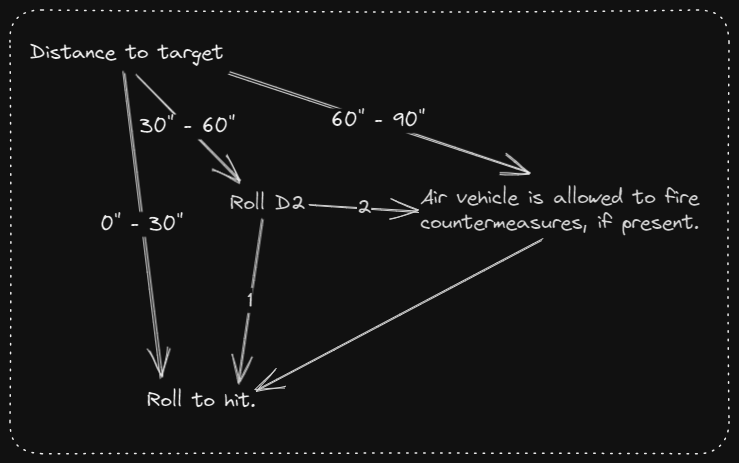
christsven/H.E.A.T keeps this Excalidraw diagram as ruleset/ressources/manpads-flowchart.excalidraw.png. Above is the earlier version. Source tidied: one line per element, renumbered; positions are measured from the earlier drawing's top-left corner, leaving out a move shared by most shapes. Source of this version:
```json
{"id": 0, "type": "text", "text": "Distance to target", "strokeColor": "#000000", "strokeWidth": 1, "roughness": 1, "fontSize": 20, "fontFamily": 1, "x": 20, "y": 30, "width": 194, "height": 25}
{"id": 1, "type": "arrow", "strokeColor": "#000000", "strokeWidth": 1, "roughness": 1, "endArrowhead": "arrow", "round": true, "from": 0, "to": 6, "x": 113, "y": 61, "width": 38, "height": 306, "points": [[0, 0], [38, 306]]}
{"id": 2, "type": "text", "text": "0\" - 30\"", "strokeColor": "#000000", "strokeWidth": 1, "roughness": 1, "fontSize": 20, "fontFamily": 1, "textAlign": "center", "verticalAlign": "middle", "inside": 1, "x": 247, "y": 152, "width": 82, "height": 25}
{"id": 3, "type": "arrow", "strokeColor": "#000000", "strokeWidth": 1, "roughness": 1, "endArrowhead": "arrow", "round": true, "from": 0, "to": 10, "x": 126, "y": 64, "width": 103, "height": 105, "points": [[0, 0], [103, 105]]}
{"id": 4, "type": "text", "text": "30\" - 60\"", "strokeColor": "#000000", "strokeWidth": 1, "roughness": 1, "fontSize": 20, "fontFamily": 1, "textAlign": "center", "verticalAlign": "middle", "inside": 3, "x": 347, "y": 158, "width": 95, "height": 25}
{"id": 5, "type": "rectangle", "strokeColor": "#000000", "strokeWidth": 1, "strokeStyle": "dotted", "roughness": 1, "round": true, "x": 0, "y": 0, "width": 719, "height": 444}
{"id": 6, "type": "text", "text": "Roll to hit.", "strokeColor": "#000000", "strokeWidth": 1, "roughness": 1, "fontSize": 20, "fontFamily": 1, "x": 137, "y": 378, "width": 109, "height": 25}
{"id": 7, "type": "arrow", "strokeColor": "#000000", "strokeWidth": 1, "roughness": 1, "endArrowhead": "arrow", "round": true, "from": 0, "to": 9, "x": 218, "y": 61, "width": 299, "height": 99, "points": [[0, 0], [299, 99]]}
{"id": 8, "type": "text", "text": "60\" - 90\"", "strokeColor": "#000000", "strokeWidth": 1, "roughness": 1, "fontSize": 20, "fontFamily": 1, "textAlign": "center", "verticalAlign": "middle", "inside": 7, "x": 603, "y": 169, "width": 94, "height": 25}
{"id": 9, "type": "text", "text": "Air vehicle is allowed to fire \ncountermeasures, if present.", "strokeColor": "#1e1e1e", "strokeWidth": 1, "roughness": 1, "fontSize": 20, "fontFamily": 1, "x": 410, "y": 175, "width": 289, "height": 50}
{"id": 10, "type": "text", "text": "Roll D2", "strokeColor": "#1e1e1e", "strokeWidth": 1, "roughness": 1, "fontSize": 20, "fontFamily": 1, "x": 220, "y": 181, "width": 75, "height": 25}
{"id": 11, "type": "arrow", "strokeColor": "#1e1e1e", "strokeWidth": 1, "roughness": 1, "endArrowhead": "arrow", "round": true, "from": 10, "to": 9, "x": 299, "y": 194, "width": 111, "height": 7, "points": [[0, 0], [111, 7]]}
{"id": 12, "type": "text", "text": "2", "strokeColor": "#1e1e1e", "strokeWidth": 1, "roughness": 1, "fontSize": 20, "fontFamily": 1, "textAlign": "center", "verticalAlign": "middle", "inside": 11, "x": 347, "y": 185, "width": 14, "height": 25}
{"id": 13, "type": "arrow", "strokeColor": "#1e1e1e", "strokeWidth": 1, "roughness": 1, "endArrowhead": "arrow", "round": true, "from": 9, "to": 6, "x": 533, "y": 229, "width": 287, "height": 150, "points": [[0, 0], [-287, 150]]}
{"id": 14, "type": "arrow", "strokeColor": "#1e1e1e", "strokeWidth": 1, "roughness": 1, "endArrowhead": "arrow", "round": true, "from": 10, "to": 6, "x": 252, "y": 209, "width": 24, "height": 164, "points": [[0, 0], [-24, 164]]}
{"id": 15, "type": "text", "text": "1", "strokeColor": "#1e1e1e", "strokeWidth": 1, "roughness": 1, "fontSize": 20, "fontFamily": 1, "textAlign": "center", "verticalAlign": "middle", "inside": 14, "x": 237, "y": 278, "width": 5, "height": 25}
```
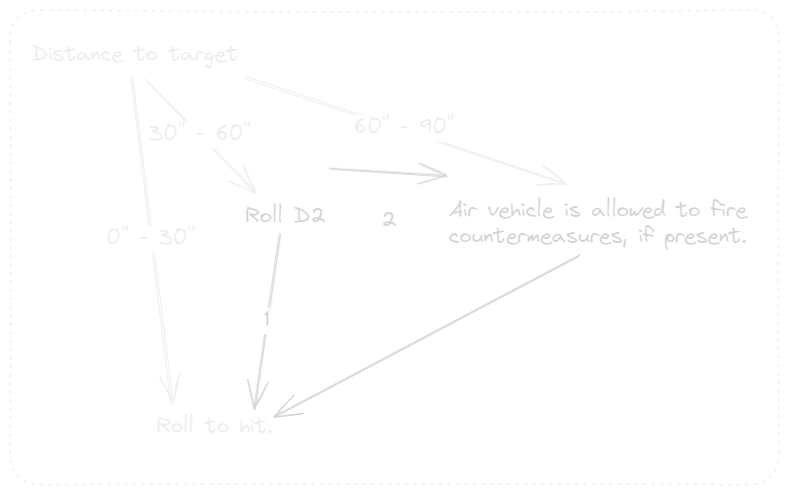
The same file after the commit.

What changed in the source:
```diff
@@ -1,16 +1,16 @@
-{"id": 0, "type": "text", "text": "Distance to target", "strokeColor": "#000000", "strokeWidth": 1, "roughness": 1, "fontSize": 20, "fontFamily": 1, "x": 20, "y": 30, "width": 194, "height": 25}
+{"id": 0, "type": "text", "text": "Distance to target", "strokeColor": "#000000", "strokeWidth": 1, "roughness": 1, "fontSize": 21.4, "fontFamily": 1, "x": 21, "y": 1, "width": 207, "height": 27}
-{"id": 1, "type": "arrow", "strokeColor": "#000000", "strokeWidth": 1, "roughness": 1, "endArrowhead": "arrow", "round": true, "from": 0, "to": 6, "x": 113, "y": 61, "width": 38, "height": 306, "points": [[0, 0], [38, 306]]}
+{"id": 1, "type": "arrow", "strokeColor": "#000000", "strokeWidth": 1, "roughness": 1, "endArrowhead": "arrow", "round": true, "from": 0, "to": 6, "x": 121, "y": 35, "width": 40, "height": 327, "points": [[0, 0], [40, 327]]}
-{"id": 2, "type": "text", "text": "0\" - 30\"", "strokeColor": "#000000", "strokeWidth": 1, "roughness": 1, "fontSize": 20, "fontFamily": 1, "textAlign": "center", "verticalAlign": "middle", "inside": 1, "x": 247, "y": 152, "width": 82, "height": 25}
+{"id": 2, "type": "text", "text": "0\" - 30\"", "strokeColor": "#000000", "strokeWidth": 1, "roughness": 1, "fontSize": 21.4, "fontFamily": 1, "textAlign": "center", "verticalAlign": "middle", "inside": 1, "x": 247, "y": 152, "width": 88, "height": 27}
-{"id": 3, "type": "arrow", "strokeColor": "#000000", "strokeWidth": 1, "roughness": 1, "endArrowhead": "arrow", "round": true, "from": 0, "to": 10, "x": 126, "y": 64, "width": 103, "height": 105, "points": [[0, 0], [103, 105]]}
+{"id": 3, "type": "arrow", "strokeColor": "#000000", "strokeWidth": 1, "roughness": 1, "endArrowhead": "arrow", "round": true, "from": 0, "to": 10, "x": 135, "y": 38, "width": 110, "height": 112, "points": [[0, 0], [110, 112]]}
-{"id": 4, "type": "text", "text": "30\" - 60\"", "strokeColor": "#000000", "strokeWidth": 1, "roughness": 1, "fontSize": 20, "fontFamily": 1, "textAlign": "center", "verticalAlign": "middle", "inside": 3, "x": 347, "y": 158, "width": 95, "height": 25}
+{"id": 4, "type": "text", "text": "30\" - 60\"", "strokeColor": "#000000", "strokeWidth": 1, "roughness": 1, "fontSize": 21.4, "fontFamily": 1, "textAlign": "center", "verticalAlign": "middle", "inside": 3, "x": 347, "y": 158, "width": 102, "height": 27}
-{"id": 5, "type": "rectangle", "strokeColor": "#000000", "strokeWidth": 1, "strokeStyle": "dotted", "roughness": 1, "round": true, "x": 0, "y": 0, "width": 719, "height": 444}
+{"id": 5, "type": "rectangle", "strokeColor": "#000000", "strokeWidth": 1, "strokeStyle": "dotted", "roughness": 1, "round": true, "x": 0, "y": -31, "width": 769, "height": 475}
-{"id": 6, "type": "text", "text": "Roll to hit.", "strokeColor": "#000000", "strokeWidth": 1, "roughness": 1, "fontSize": 20, "fontFamily": 1, "x": 137, "y": 378, "width": 109, "height": 25}
+{"id": 6, "type": "text", "text": "Roll to hit.", "strokeColor": "#000000", "strokeWidth": 1, "roughness": 1, "fontSize": 21.4, "fontFamily": 1, "x": 147, "y": 373, "width": 116, "height": 27}
-{"id": 7, "type": "arrow", "strokeColor": "#000000", "strokeWidth": 1, "roughness": 1, "endArrowhead": "arrow", "round": true, "from": 0, "to": 9, "x": 218, "y": 61, "width": 299, "height": 99, "points": [[0, 0], [299, 99]]}
+{"id": 7, "type": "arrow", "strokeColor": "#000000", "strokeWidth": 1, "roughness": 1, "endArrowhead": "arrow", "round": true, "from": 0, "to": 9, "x": 234, "y": 34, "width": 320, "height": 106, "points": [[0, 0], [320, 106]]}
-{"id": 8, "type": "text", "text": "60\" - 90\"", "strokeColor": "#000000", "strokeWidth": 1, "roughness": 1, "fontSize": 20, "fontFamily": 1, "textAlign": "center", "verticalAlign": "middle", "inside": 7, "x": 603, "y": 169, "width": 94, "height": 25}
+{"id": 8, "type": "text", "text": "60\" - 90\"", "strokeColor": "#000000", "strokeWidth": 1, "roughness": 1, "fontSize": 21.4, "fontFamily": 1, "textAlign": "center", "verticalAlign": "middle", "inside": 7, "x": 603, "y": 169, "width": 100, "height": 27}
-{"id": 9, "type": "text", "text": "Air vehicle is allowed to fire \ncountermeasures, if present.", "strokeColor": "#1e1e1e", "strokeWidth": 1, "roughness": 1, "fontSize": 20, "fontFamily": 1, "x": 410, "y": 175, "width": 289, "height": 50}
+{"id": 9, "type": "text", "text": "Air vehicle is allowed to fire \ncountermeasures, if present.", "strokeColor": "#1e1e1e", "strokeWidth": 1, "roughness": 1, "fontSize": 21.4, "fontFamily": 1, "x": 439, "y": 156, "width": 309, "height": 53}
-{"id": 10, "type": "text", "text": "Roll D2", "strokeColor": "#1e1e1e", "strokeWidth": 1, "roughness": 1, "fontSize": 20, "fontFamily": 1, "x": 220, "y": 181, "width": 75, "height": 25}
+{"id": 10, "type": "text", "text": "Roll D2", "strokeColor": "#1e1e1e", "strokeWidth": 1, "roughness": 1, "fontSize": 21.4, "fontFamily": 1, "x": 235, "y": 163, "width": 80, "height": 27}
-{"id": 11, "type": "arrow", "strokeColor": "#1e1e1e", "strokeWidth": 1, "roughness": 1, "endArrowhead": "arrow", "round": true, "from": 10, "to": 9, "x": 299, "y": 194, "width": 111, "height": 7, "points": [[0, 0], [111, 7]]}
+{"id": 11, "type": "arrow", "strokeColor": "#1e1e1e", "strokeWidth": 1, "roughness": 1, "endArrowhead": "arrow", "round": true, "from": 10, "to": 9, "x": 320, "y": 176, "width": 119, "height": 107, "points": [[0, 0], [119, 7]]}
-{"id": 12, "type": "text", "text": "2", "strokeColor": "#1e1e1e", "strokeWidth": 1, "roughness": 1, "fontSize": 20, "fontFamily": 1, "textAlign": "center", "verticalAlign": "middle", "inside": 11, "x": 347, "y": 185, "width": 14, "height": 25}
+{"id": 12, "type": "text", "text": "2", "strokeColor": "#1e1e1e", "strokeWidth": 1, "roughness": 1, "fontSize": 21.4, "fontFamily": 1, "textAlign": "center", "verticalAlign": "middle", "inside": 11, "x": 347, "y": 185, "width": 15, "height": 27}
-{"id": 13, "type": "arrow", "strokeColor": "#1e1e1e", "strokeWidth": 1, "roughness": 1, "endArrowhead": "arrow", "round": true, "from": 9, "to": 6, "x": 533, "y": 229, "width": 287, "height": 150, "points": [[0, 0], [-287, 150]]}
+{"id": 13, "type": "arrow", "strokeColor": "#1e1e1e", "strokeWidth": 1, "roughness": 1, "endArrowhead": "arrow", "round": true, "from": 9, "to": 6, "x": 571, "y": 214, "width": 307, "height": 161, "points": [[0, 0], [-307, 161]]}
-{"id": 14, "type": "arrow", "strokeColor": "#1e1e1e", "strokeWidth": 1, "roughness": 1, "endArrowhead": "arrow", "round": true, "from": 10, "to": 6, "x": 252, "y": 209, "width": 24, "height": 164, "points": [[0, 0], [-24, 164]]}
+{"id": 14, "type": "arrow", "strokeColor": "#1e1e1e", "strokeWidth": 1, "roughness": 1, "endArrowhead": "arrow", "round": true, "from": 10, "to": 6, "x": 270, "y": 192, "width": 25, "height": 175, "points": [[0, 0], [-25, 175]]}
-{"id": 15, "type": "text", "text": "1", "strokeColor": "#1e1e1e", "strokeWidth": 1, "roughness": 1, "fontSize": 20, "fontFamily": 1, "textAlign": "center", "verticalAlign": "middle", "inside": 14, "x": 237, "y": 278, "width": 5, "height": 25}
+{"id": 15, "type": "text", "text": "1", "strokeColor": "#1e1e1e", "strokeWidth": 1, "roughness": 1, "fontSize": 21.4, "fontFamily": 1, "textAlign": "center", "verticalAlign": "middle", "inside": 14, "x": 237, "y": 278, "width": 6, "height": 27}
```
